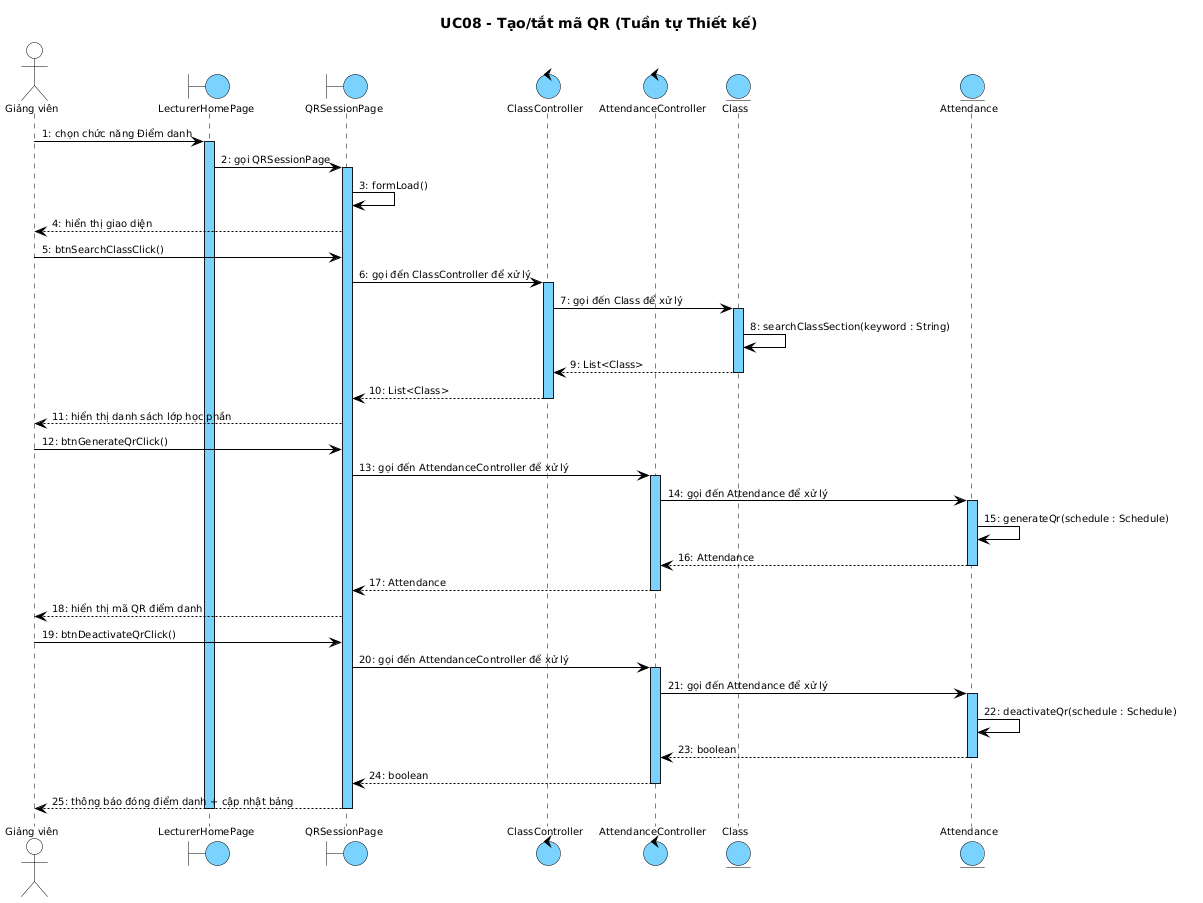
This is report/diagrams/seq_design_uc08.png from thanhtrnnn/universe, a PlantUML export, as it was before one commit.
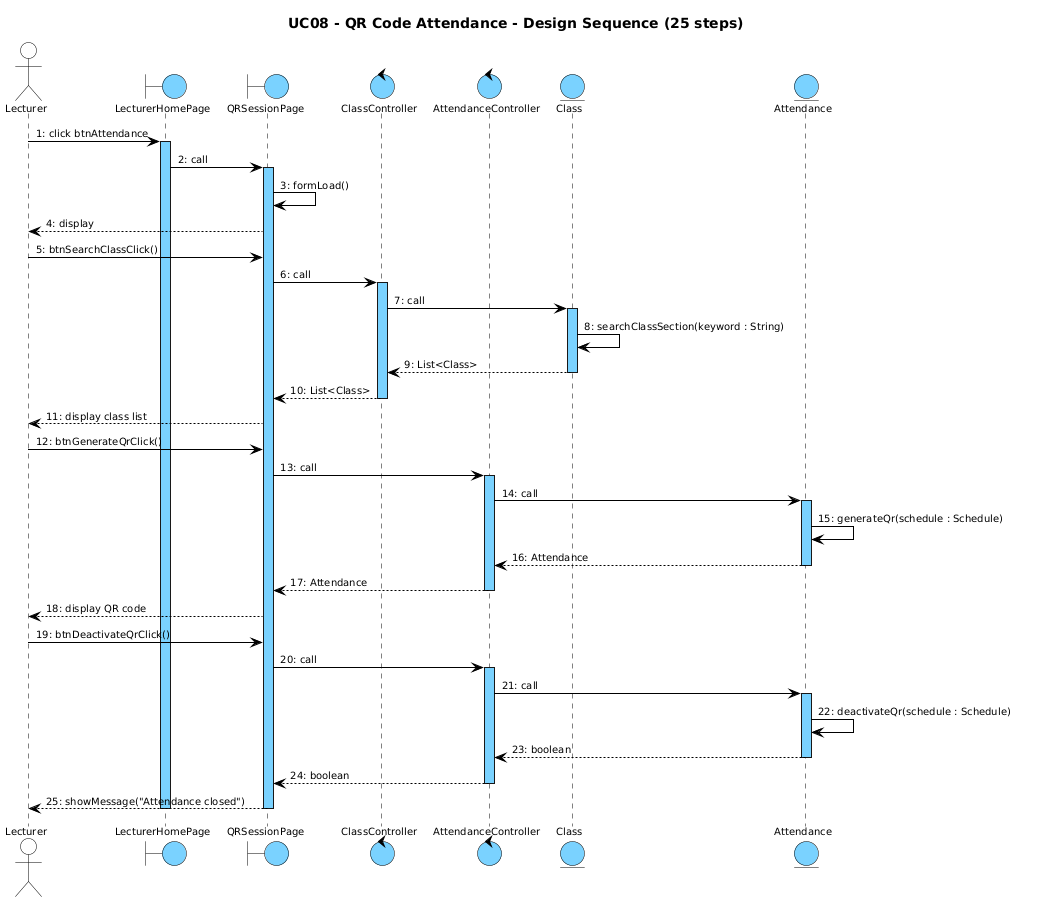
After the change.

What changed in the source:
```diff
@@ -10,17 +10,45 @@
   FontName "Arial"
   FontSize 10
   FontColor #000000
-  boundary { BackgroundColor #7AD2FF; LineColor #000000 }
-  control { BackgroundColor #7AD2FF; LineColor #000000 }
-  entity { BackgroundColor #7AD2FF; LineColor #000000 }
-  actor { BackgroundColor transparent; LineColor #000000 }
-  lifeline { LineColor #000000; LineStyle 5-5 }
-  arrow { LineColor #000000; LineThickness 1; FontSize 10 }
+
+  participant {
+    BackgroundColor #7AD2FF
+    LineColor #000000
+    LineThickness 1
+  }
+
+  actor {
+    BackgroundColor transparent
+    LineColor #000000
+  }
+  boundary {
+    BackgroundColor #7AD2FF
+    LineColor #000000
+  }
+  control {
+    BackgroundColor #7AD2FF
+    LineColor #000000
+  }
+  entity {
+    BackgroundColor #7AD2FF
+    LineColor #000000
+  }
+
+  lifeline {
+    LineColor #000000
+    LineStyle 5-5
+  }
+
+  arrow {
+    LineColor #000000
+    LineThickness 1
+    FontSize 10
+  }
 }
 </style>
-title UC08 - Tạo/tắt mã QR (Tuần tự Thiết kế)
+title UC08 - QR Code Attendance - Design Sequence (25 steps)
 
-actor "Giảng viên" as GV
+actor "Lecturer" as Actor
 boundary LecturerHomePage
 boundary QRSessionPage
 control ClassController
@@ -28,45 +56,45 @@
 entity Class
 entity Attendance
 
-GV -> LecturerHomePage : 1: chọn chức năng Điểm danh
+Actor -> LecturerHomePage : 1: click btnAttendance
 activate LecturerHomePage
-LecturerHomePage -> QRSessionPage : 2: gọi QRSessionPage
+LecturerHomePage -> QRSessionPage : 2: call
 activate QRSessionPage
 QRSessionPage -> QRSessionPage : 3: formLoad()
-QRSessionPage --> GV : 4: hiển thị giao diện
-GV -> QRSessionPage : 5: btnSearchClassClick()
-QRSessionPage -> ClassController : 6: gọi đến ClassController để xử lý
+QRSessionPage --> Actor : 4: display
+Actor -> QRSessionPage : 5: btnSearchClassClick()
+QRSessionPage -> ClassController : 6: call
 activate ClassController
-ClassController -> Class : 7: gọi đến Class để xử lý
+ClassController -> Class : 7: call
 activate Class
 Class -> Class : 8: searchClassSection(keyword : String)
 Class --> ClassController : 9: List<Class>
 deactivate Class
 ClassController --> QRSessionPage : 10: List<Class>
 deactivate ClassController
-QRSessionPage --> GV : 11: hiển thị danh sách lớp học phần
-GV -> QRSessionPage : 12: btnGenerateQrClick()
-QRSessionPage -> AttendanceController : 13: gọi đến AttendanceController để xử lý
+QRSessionPage --> Actor : 11: display class list
+Actor -> QRSessionPage : 12: btnGenerateQrClick()
+QRSessionPage -> AttendanceController : 13: call
 activate AttendanceController
-AttendanceController -> Attendance : 14: gọi đến Attendance để xử lý
+AttendanceController -> Attendance : 14: call
 activate Attendance
 Attendance -> Attendance : 15: generateQr(schedule : Schedule)
 Attendance --> AttendanceController : 16: Attendance
 deactivate Attendance
 AttendanceController --> QRSessionPage : 17: Attendance
 deactivate AttendanceController
-QRSessionPage --> GV : 18: hiển thị mã QR điểm danh
-GV -> QRSessionPage : 19: btnDeactivateQrClick()
-QRSessionPage -> AttendanceController : 20: gọi đến AttendanceController để xử lý
+QRSessionPage --> Actor : 18: display QR code
+Actor -> QRSessionPage : 19: btnDeactivateQrClick()
+QRSessionPage -> AttendanceController : 20: call
 activate AttendanceController
-AttendanceController -> Attendance : 21: gọi đến Attendance để xử lý
+AttendanceController -> Attendance : 21: call
 activate Attendance
 Attendance -> Attendance : 22: deactivateQr(schedule : Schedule)
 Attendance --> AttendanceController : 23: boolean
 deactivate Attendance
 AttendanceController --> QRSessionPage : 24: boolean
 deactivate AttendanceController
-QRSessionPage --> GV : 25: thông báo đóng điểm danh + cập nhật bảng
+QRSessionPage --> Actor : 25: showMessage("Attendance closed")
 deactivate QRSessionPage
 deactivate LecturerHomePage
 @enduml
```
